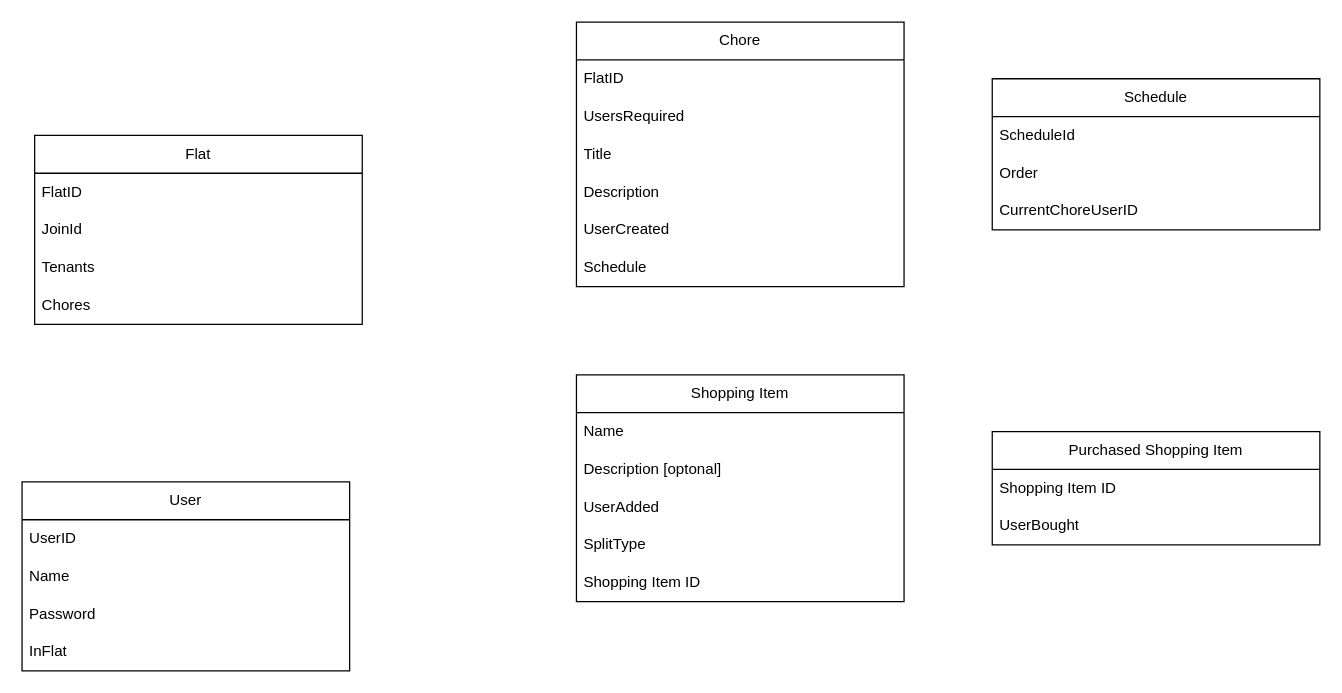
Before: src/app/lib/models.drawio in Wroppy/loded_frezeer, a draw.io diagram. Source tidied: cells renumbered, new cells numbered last; positions are measured from the earlier drawing's top-left corner, leaving out a move shared by most shapes. Both pictures are drawn from the tidied source at 126%, with x=0, y=0 at pixel (21, 21).
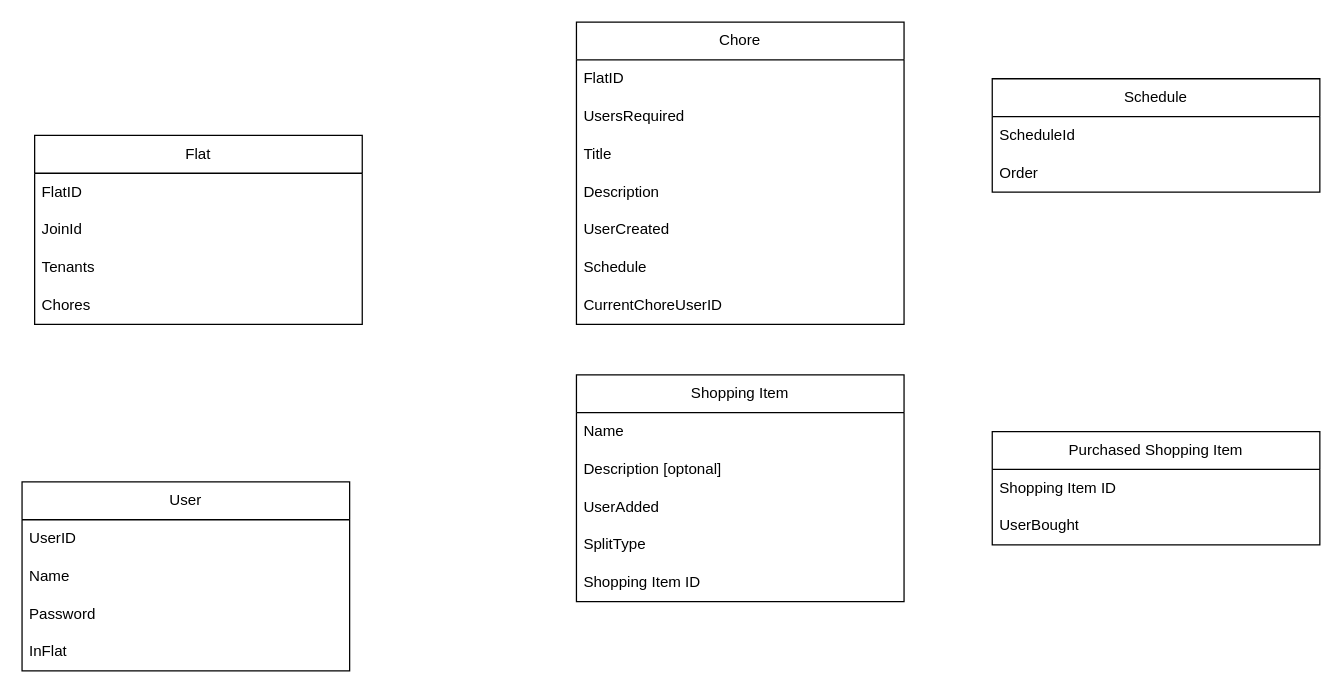
The same page after the edit.

Commit message:
Moved current chore doer from schedule to chore block

What changed in the source:
```diff
@@
     <mxCell id="2" value="Chore" style="swimlane;fontStyle=0;horizontal=1;startSize=30;whiteSpace=wrap;html=1;" parent="1" vertex="1">
-      <mxGeometry x="440" width="260" height="210" as="geometry" />
+      <mxGeometry x="440" width="260" height="240" as="geometry" />
     </mxCell>
@@
+    <mxCell id="12" value="CurrentChoreUserID" style="text;strokeColor=none;fillColor=none;align=left;verticalAlign=middle;spacingLeft=4;spacingRight=4;overflow=hidden;whiteSpace=wrap;html=1;" parent="2" vertex="1">
+      <mxGeometry y="210" width="260" height="30" as="geometry" />
+    </mxCell>
     <mxCell id="9" value="Schedule" style="swimlane;fontStyle=0;horizontal=1;startSize=30;whiteSpace=wrap;html=1;" parent="1" vertex="1">
-      <mxGeometry x="770" y="45" width="260" height="120" as="geometry" />
+      <mxGeometry x="770" y="45" width="260" height="90" as="geometry" />
     </mxCell>
@@
-    <mxCell id="12" value="CurrentChoreUserID" style="text;strokeColor=none;fillColor=none;align=left;verticalAlign=middle;spacingLeft=4;spacingRight=4;overflow=hidden;whiteSpace=wrap;html=1;" parent="9" vertex="1">
-      <mxGeometry y="90" width="260" height="30" as="geometry" />
-    </mxCell>
```
